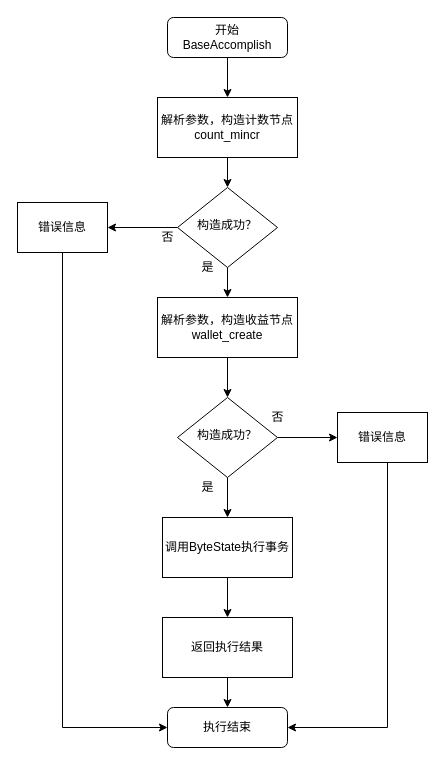
Hui4401/file keeps this draw.io diagram as drawio/BaseAccomplish执行流程.drawio. Above is the earlier version. Source tidied: cells renumbered, new cells numbered last; positions are measured from the earlier drawing's top-left corner, leaving out a move shared by most shapes. Both pictures are drawn from the tidied source at 100%, with x=0, y=0 at pixel (17, 17).
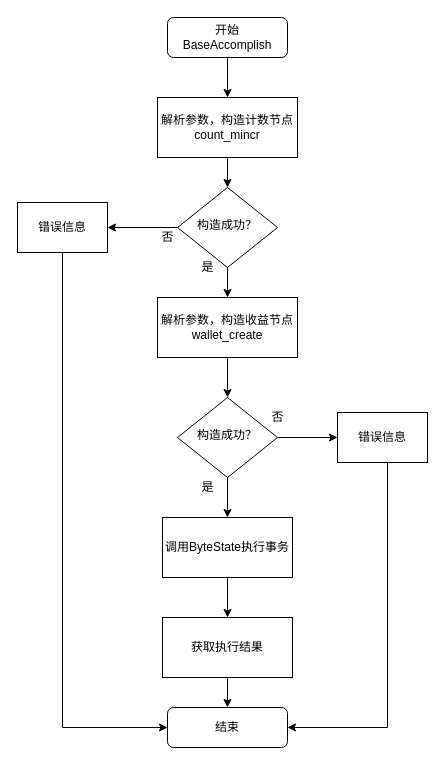
The same diagram, later.

Commit message:
更新BaseAccomplish执行流程.drawio

What changed in the source:
```diff
@@
-    <mxCell id="10" value="执行结束" style="rounded=1;whiteSpace=wrap;html=1;fontSize=12;glass=0;strokeWidth=1;shadow=0;" parent="1" vertex="1">
+    <mxCell id="10" value="结束" style="rounded=1;whiteSpace=wrap;html=1;fontSize=12;glass=0;strokeWidth=1;shadow=0;" parent="1" vertex="1">
       <mxGeometry x="150" y="690" width="120" height="40" as="geometry" />
     </mxCell>
@@
-    <mxCell id="19" value="返回执行结果" style="rounded=0;whiteSpace=wrap;html=1;" parent="1" vertex="1">
+    <mxCell id="19" value="获取执行结果" style="rounded=0;whiteSpace=wrap;html=1;" parent="1" vertex="1">
       <mxGeometry x="145" y="600" width="130" height="60" as="geometry" />
     </mxCell>
```
